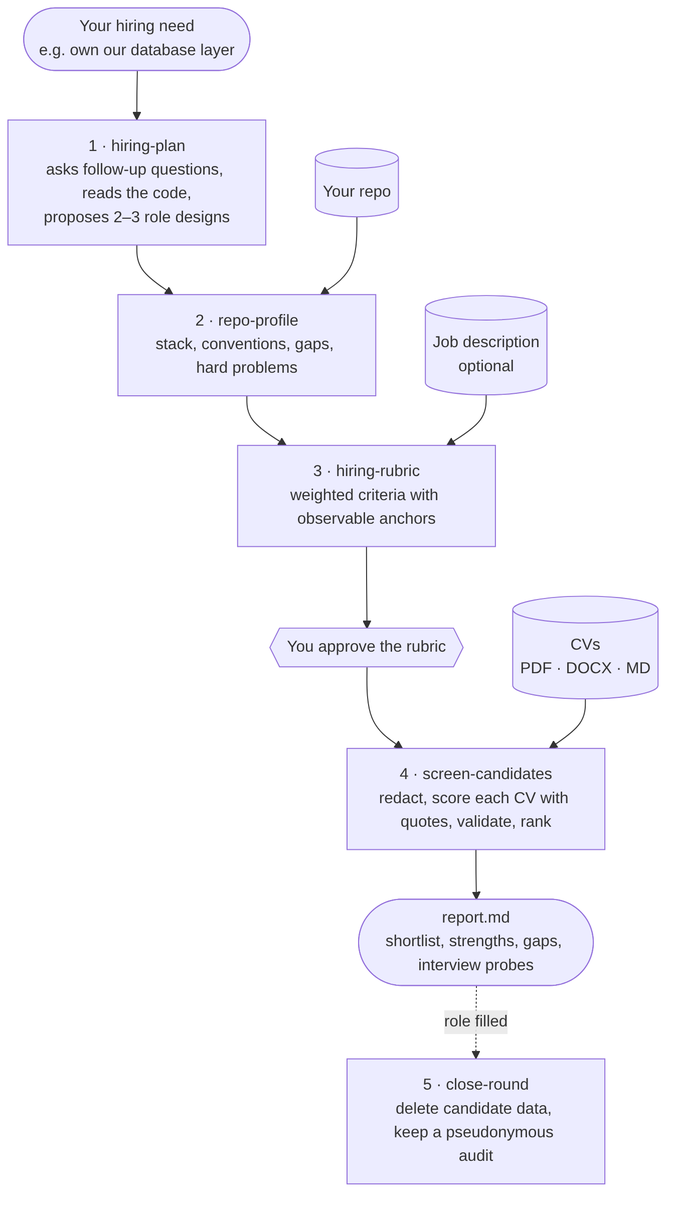
Above: docs/assets/how-it-works.png in shikhar58/repo-aware-hiring (Mermaid), before the change. Its source is kept beside it as docs/assets/how-it-works.mmd. Its diagram source:
```mermaid
flowchart TB
    need(["Your hiring need<br/>e.g. own our database layer"]) --> plan["1 · hiring-plan<br/>asks follow-up questions, reads the code,<br/>proposes 2–3 role designs"]
    plan --> profile["2 · repo-profile<br/>stack, conventions, gaps, hard problems"]
    repo[("Your repo")] --> profile
    profile --> rubric["3 · hiring-rubric<br/>weighted criteria with observable anchors"]
    jd[("Job description<br/>optional")] --> rubric
    rubric --> approve{{"You approve the rubric"}}
    approve --> screen["4 · screen-candidates<br/>redact, score each CV with quotes, validate, rank"]
    cvs[("CVs<br/>PDF · DOCX · MD")] --> screen
    screen --> report(["report.md<br/>shortlist, strengths, gaps, interview probes"])
    report -.->|role filled| close["5 · close-round<br/>delete candidate data, keep a pseudonymous audit"]
```
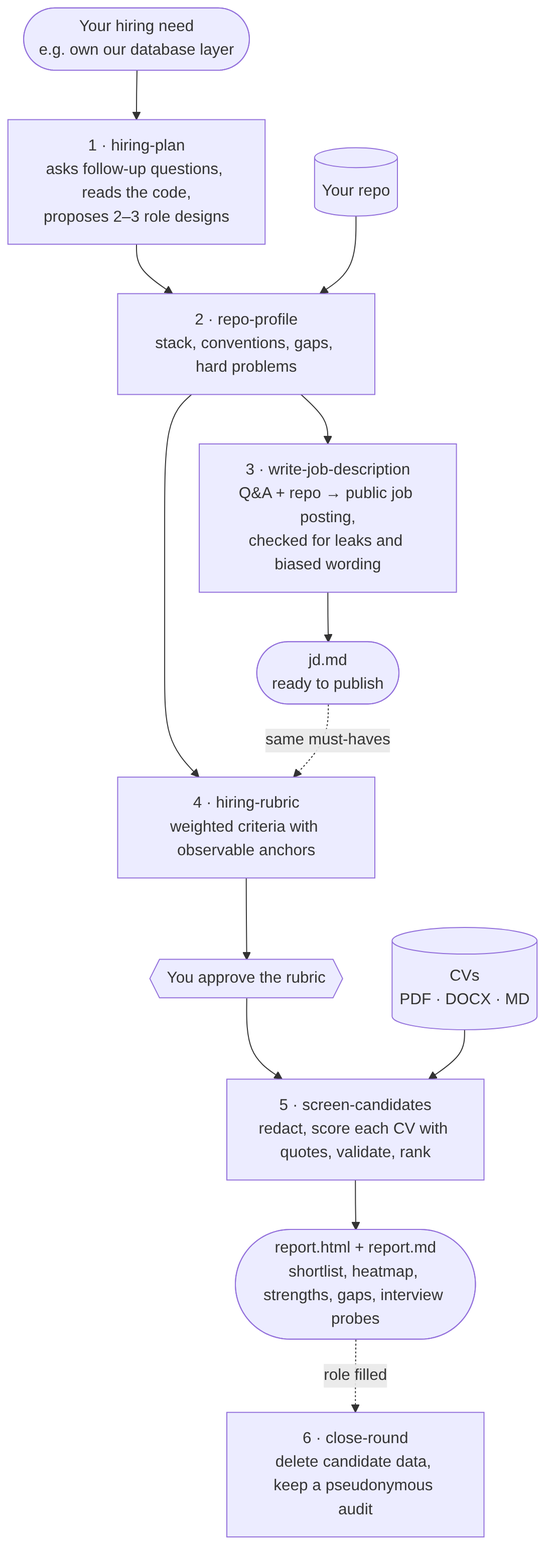
Above is the later version.

The edit, as a diff of the source:
```diff
@@ -2,10 +2,12 @@
     need(["Your hiring need<br/>e.g. own our database layer"]) --> plan["1 · hiring-plan<br/>asks follow-up questions, reads the code,<br/>proposes 2–3 role designs"]
     plan --> profile["2 · repo-profile<br/>stack, conventions, gaps, hard problems"]
     repo[("Your repo")] --> profile
-    profile --> rubric["3 · hiring-rubric<br/>weighted criteria with observable anchors"]
-    jd[("Job description<br/>optional")] --> rubric
+    profile --> jdw["3 · write-job-description<br/>Q&A + repo → public job posting,<br/>checked for leaks and biased wording"]
+    jdw --> post(["jd.md<br/>ready to publish"])
+    profile --> rubric["4 · hiring-rubric<br/>weighted criteria with observable anchors"]
+    post -. same must-haves .-> rubric
     rubric --> approve{{"You approve the rubric"}}
-    approve --> screen["4 · screen-candidates<br/>redact, score each CV with quotes, validate, rank"]
+    approve --> screen["5 · screen-candidates<br/>redact, score each CV with quotes, validate, rank"]
     cvs[("CVs<br/>PDF · DOCX · MD")] --> screen
-    screen --> report(["report.md<br/>shortlist, strengths, gaps, interview probes"])
-    report -.->|role filled| close["5 · close-round<br/>delete candidate data, keep a pseudonymous audit"]
+    screen --> report(["report.html + report.md<br/>shortlist, heatmap, strengths, gaps, interview probes"])
+    report -.->|role filled| close["6 · close-round<br/>delete candidate data, keep a pseudonymous audit"]
```
